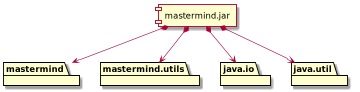
This is pics/DevelopmentImplementation.png from zuldare/masterCloudURJC-1-calidad-softwar, a PlantUML export, as it was before one commit.
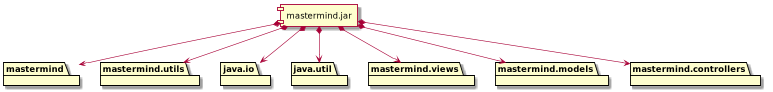
Later version of the same file.

Commit message:
Update Diagrama de clases

The edit, as a diff of the source:
```diff
@@ -5,8 +5,14 @@
 package mastermind.utils
 package java.io
 package java.util
+package mastermind.views
+package mastermind.models
+package mastermind.controllers
 
 mastermind.jar  *--> mastermind
+mastermind.jar  *--> mastermind.views
+mastermind.jar  *--> mastermind.models
+mastermind.jar  *--> mastermind.controllers
 mastermind.jar  *--> mastermind.utils
 mastermind.jar  *--> java.io
 mastermind.jar  *--> java.util
```
